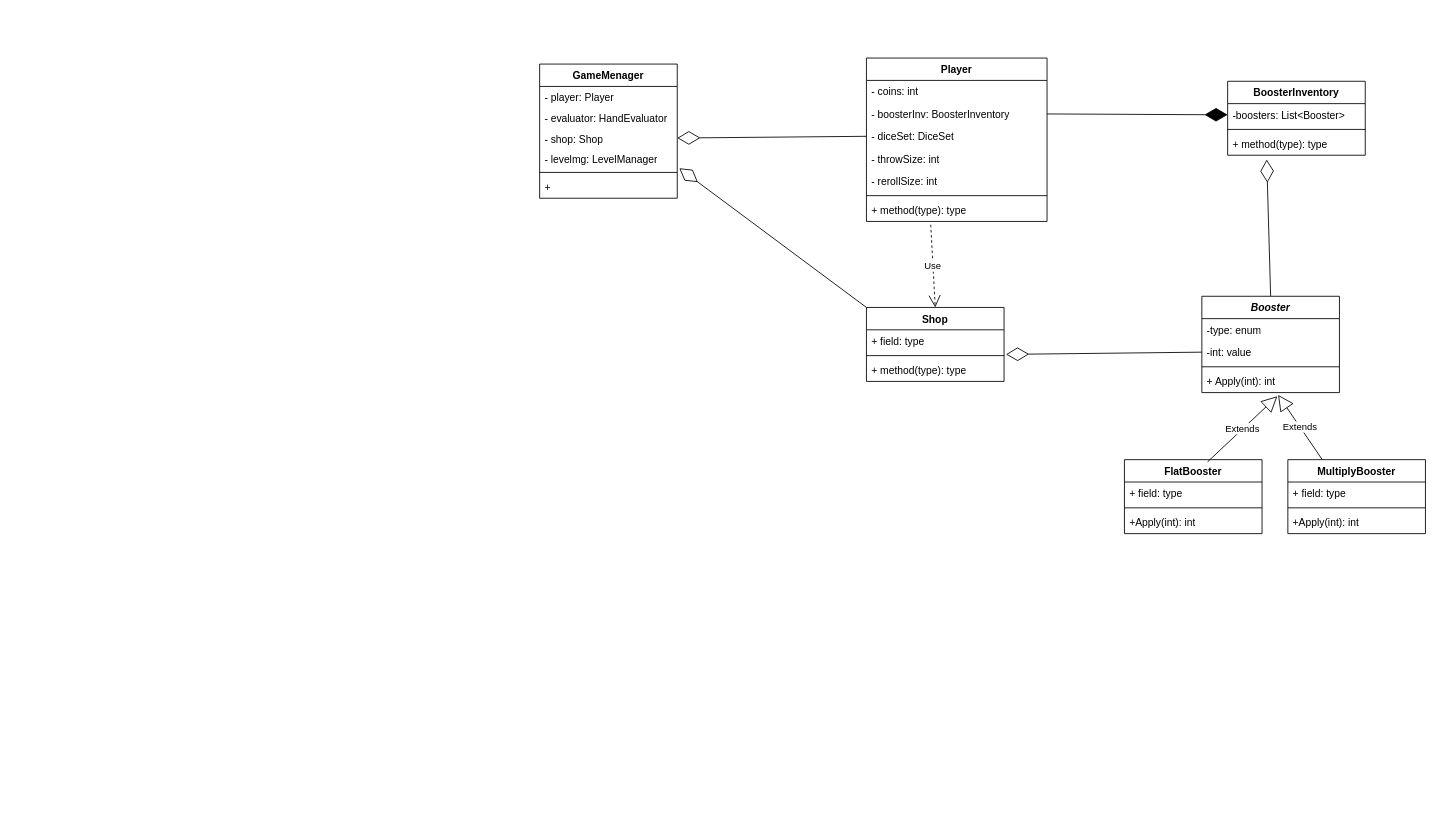
kcprlal/DiceGame keeps this draw.io diagram as DiceGame.drawio. Above is the earlier version. Source tidied: cells renumbered, new cells numbered last; positions are measured from the earlier drawing's top-left corner, leaving out a move shared by most shapes. Both pictures are drawn from the tidied source at 86%, with x=0, y=0 at pixel (539, 58).
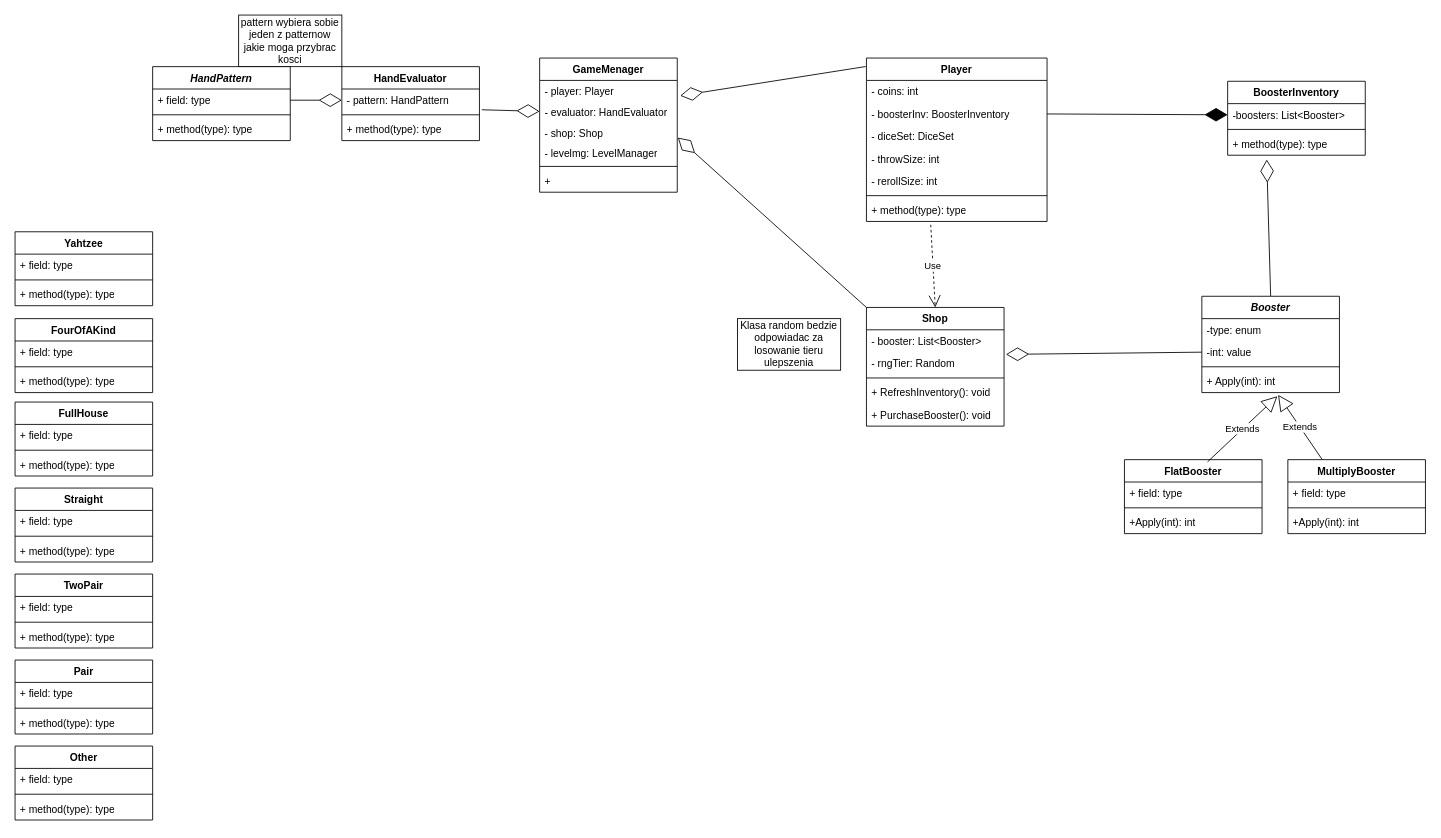
The same diagram, later.

Unchanged cells that the change refers to:
```xml
<mxCell id="3" value="- player: Player" style="text;strokeColor=none;fillColor=none;align=left;verticalAlign=top;spacingLeft=4;spacingRight=4;overflow=hidden;points=[[0,0.5],[1,0.5]];portConstraint=eastwest;whiteSpace=wrap;html=1;" parent="2" vertex="1">
  <mxGeometry y="26" width="160" height="24" as="geometry" />
</mxCell>
<mxCell id="4" value="- evaluator: HandEvaluator" style="text;strokeColor=none;fillColor=none;align=left;verticalAlign=top;spacingLeft=4;spacingRight=4;overflow=hidden;points=[[0,0.5],[1,0.5]];portConstraint=eastwest;whiteSpace=wrap;html=1;" parent="2" vertex="1">
  <mxGeometry y="50" width="160" height="24" as="geometry" />
</mxCell>
<mxCell id="5" value="- shop: Shop" style="text;strokeColor=none;fillColor=none;align=left;verticalAlign=top;spacingLeft=4;spacingRight=4;overflow=hidden;points=[[0,0.5],[1,0.5]];portConstraint=eastwest;whiteSpace=wrap;html=1;" parent="2" vertex="1">
  <mxGeometry y="74" width="160" height="24" as="geometry" />
</mxCell>
<mxCell id="6" value="- levelmg: LevelManager&lt;div&gt;&lt;br&gt;&lt;/div&gt;" style="text;strokeColor=none;fillColor=none;align=left;verticalAlign=top;spacingLeft=4;spacingRight=4;overflow=hidden;points=[[0,0.5],[1,0.5]];portConstraint=eastwest;whiteSpace=wrap;html=1;" parent="2" vertex="1">
  <mxGeometry y="98" width="160" height="24" as="geometry" />
</mxCell>
<mxCell id="9" value="Player" style="swimlane;fontStyle=1;align=center;verticalAlign=top;horizontal=1;startSize=26;whiteSpace=wrap;html=1;" parent="1" vertex="1">
  <mxGeometry x="380" width="210" height="190" as="geometry" />
</mxCell>
<mxCell id="12" value="- diceSet: DiceSet" style="text;strokeColor=none;fillColor=none;align=left;verticalAlign=top;spacingLeft=4;spacingRight=4;overflow=hidden;points=[[0,0.5],[1,0.5]];portConstraint=eastwest;whiteSpace=wrap;html=1;" parent="9" vertex="1">
  <mxGeometry y="78" width="210" height="26" as="geometry" />
</mxCell>
```

What changed in the source:
```diff
@@
     <mxCell id="2" value="GameMenager" style="swimlane;fontStyle=1;align=center;verticalAlign=top;horizontal=1;startSize=26;whiteSpace=wrap;html=1;" parent="1" vertex="1">
-      <mxGeometry y="7" width="160" height="156" as="geometry" />
+      <mxGeometry width="160" height="156" as="geometry" />
     </mxCell>
@@
-    <mxCell id="17" style="endArrow=diamondThin;endFill=0;endSize=24;html=1;rounded=0;exitX=0;exitY=0.5;exitDx=0;exitDy=0;entryX=1;entryY=0.5;entryDx=0;entryDy=0;" parent="1" edge="1" source="12" target="5">
+    <mxCell id="17" style="endArrow=diamondThin;endFill=0;endSize=24;html=1;rounded=0;exitX=-0.004;exitY=0.052;exitDx=0;exitDy=0;entryX=1.021;entryY=0.743;entryDx=0;entryDy=0;entryPerimeter=0;exitPerimeter=0;" parent="1" edge="1" source="9" target="3">
       <mxGeometry relative="1" as="geometry" />
     </mxCell>
@@
     <mxCell id="39" value="Shop" style="swimlane;fontStyle=1;align=center;verticalAlign=top;horizontal=1;startSize=26;whiteSpace=wrap;html=1;" parent="1" vertex="1">
-      <mxGeometry x="380" y="290" width="160" height="86" as="geometry" />
+      <mxGeometry x="380" y="290" width="160" height="138" as="geometry" />
     </mxCell>
-    <mxCell id="40" value="+ field: type" style="text;strokeColor=none;fillColor=none;align=left;verticalAlign=top;spacingLeft=4;spacingRight=4;overflow=hidden;points=[[0,0.5],[1,0.5]];portConstraint=eastwest;whiteSpace=wrap;html=1;" parent="39" vertex="1">
+    <mxCell id="40" value="- booster: List&amp;lt;Booster&amp;gt;" style="text;strokeColor=none;fillColor=none;align=left;verticalAlign=top;spacingLeft=4;spacingRight=4;overflow=hidden;points=[[0,0.5],[1,0.5]];portConstraint=eastwest;whiteSpace=wrap;html=1;" parent="39" vertex="1">
       <mxGeometry y="26" width="160" height="26" as="geometry" />
     </mxCell>
+    <mxCell id="46" value="- rngTier: Random" style="text;strokeColor=none;fillColor=none;align=left;verticalAlign=top;spacingLeft=4;spacingRight=4;overflow=hidden;whiteSpace=wrap;html=1;" parent="39" vertex="1">
+      <mxGeometry y="52" width="160" height="26" as="geometry" />
+    </mxCell>
     <mxCell id="41" style="line;strokeWidth=1;fillColor=none;align=left;verticalAlign=middle;spacingTop=-1;spacingLeft=3;spacingRight=3;labelPosition=right;strokeColor=inherit;" parent="39" vertex="1">
-      <mxGeometry y="52" width="160" height="8" as="geometry" />
+      <mxGeometry y="78" width="160" height="8" as="geometry" />
     </mxCell>
-    <mxCell id="42" value="+ method(type): type" style="text;strokeColor=none;fillColor=none;align=left;verticalAlign=top;spacingLeft=4;spacingRight=4;overflow=hidden;whiteSpace=wrap;html=1;" parent="39" vertex="1">
-      <mxGeometry y="60" width="160" height="26" as="geometry" />
+    <mxCell id="42" value="+ RefreshInventory(): void" style="text;strokeColor=none;fillColor=none;align=left;verticalAlign=top;spacingLeft=4;spacingRight=4;overflow=hidden;whiteSpace=wrap;html=1;" parent="39" vertex="1">
+      <mxGeometry y="86" width="160" height="26" as="geometry" />
     </mxCell>
+    <mxCell id="47" value="+ PurchaseBooster(): void" style="text;strokeColor=none;fillColor=none;align=left;verticalAlign=top;spacingLeft=4;spacingRight=4;overflow=hidden;whiteSpace=wrap;html=1;" parent="39" vertex="1">
+      <mxGeometry y="112" width="160" height="26" as="geometry" />
+    </mxCell>
-    <mxCell id="43" style="endArrow=diamondThin;endFill=0;endSize=24;html=1;rounded=0;exitX=0;exitY=0;exitDx=0;exitDy=0;entryX=1.015;entryY=0.965;entryDx=0;entryDy=0;entryPerimeter=0;" parent="1" edge="1" source="39" target="6">
+    <mxCell id="43" style="endArrow=diamondThin;endFill=0;endSize=24;html=1;rounded=0;exitX=0;exitY=0;exitDx=0;exitDy=0;entryX=1.004;entryY=0.771;entryDx=0;entryDy=0;entryPerimeter=0;" parent="1" edge="1" source="39" target="5">
       <mxGeometry relative="1" as="geometry" />
     </mxCell>
@@
+    <mxCell id="48" value="Klasa random bedzie odpowiadac za losowanie tieru ulepszenia" style="whiteSpace=wrap;html=1;" parent="1" vertex="1">
+      <mxGeometry x="230" y="303" width="120" height="60" as="geometry" />
+    </mxCell>
+    <mxCell id="49" value="HandEvaluator" style="swimlane;fontStyle=1;align=center;verticalAlign=top;horizontal=1;startSize=26;whiteSpace=wrap;html=1;" parent="1" vertex="1">
+      <mxGeometry x="-230" y="10" width="160" height="86" as="geometry" />
+    </mxCell>
+    <mxCell id="50" value="- pattern: HandPattern" style="text;strokeColor=none;fillColor=none;align=left;verticalAlign=top;spacingLeft=4;spacingRight=4;overflow=hidden;points=[[0,0.5],[1,0.5]];portConstraint=eastwest;whiteSpace=wrap;html=1;" parent="49" vertex="1">
+      <mxGeometry y="26" width="160" height="26" as="geometry" />
+    </mxCell>
+    <mxCell id="51" style="line;strokeWidth=1;fillColor=none;align=left;verticalAlign=middle;spacingTop=-1;spacingLeft=3;spacingRight=3;labelPosition=right;strokeColor=inherit;" parent="49" vertex="1">
+      <mxGeometry y="52" width="160" height="8" as="geometry" />
+    </mxCell>
+    <mxCell id="52" value="+ method(type): type" style="text;strokeColor=none;fillColor=none;align=left;verticalAlign=top;spacingLeft=4;spacingRight=4;overflow=hidden;whiteSpace=wrap;html=1;" parent="49" vertex="1">
+      <mxGeometry y="60" width="160" height="26" as="geometry" />
+    </mxCell>
+    <mxCell id="53" style="endArrow=diamondThin;endFill=0;endSize=24;html=1;rounded=0;exitX=1.017;exitY=0.929;exitDx=0;exitDy=0;exitPerimeter=0;entryX=0;entryY=0.5;entryDx=0;entryDy=0;" parent="1" edge="1" source="50" target="4">
+      <mxGeometry relative="1" as="geometry" />
+    </mxCell>
+    <mxCell id="54" value="pattern wybiera sobie jeden z patternow jakie moga przybrac kosci" style="whiteSpace=wrap;html=1;" parent="1" vertex="1">
+      <mxGeometry x="-350" y="-50" width="120" height="60" as="geometry" />
+    </mxCell>
+    <mxCell id="55" value="&lt;i&gt;HandPattern&lt;/i&gt;" style="swimlane;fontStyle=1;align=center;verticalAlign=top;horizontal=1;startSize=26;whiteSpace=wrap;html=1;" parent="1" vertex="1">
+      <mxGeometry x="-450" y="10" width="160" height="86" as="geometry" />
+    </mxCell>
+    <mxCell id="56" value="+ field: type" style="text;strokeColor=none;fillColor=none;align=left;verticalAlign=top;spacingLeft=4;spacingRight=4;overflow=hidden;points=[[0,0.5],[1,0.5]];portConstraint=eastwest;whiteSpace=wrap;html=1;" parent="55" vertex="1">
+      <mxGeometry y="26" width="160" height="26" as="geometry" />
+    </mxCell>
+    <mxCell id="57" style="line;strokeWidth=1;fillColor=none;align=left;verticalAlign=middle;spacingTop=-1;spacingLeft=3;spacingRight=3;labelPosition=right;strokeColor=inherit;" parent="55" vertex="1">
+      <mxGeometry y="52" width="160" height="8" as="geometry" />
+    </mxCell>
+    <mxCell id="58" value="+ method(type): type" style="text;strokeColor=none;fillColor=none;align=left;verticalAlign=top;spacingLeft=4;spacingRight=4;overflow=hidden;whiteSpace=wrap;html=1;" parent="55" vertex="1">
+      <mxGeometry y="60" width="160" height="26" as="geometry" />
+    </mxCell>
+    <mxCell id="59" style="endArrow=diamondThin;endFill=0;endSize=24;html=1;rounded=0;exitX=1;exitY=0.5;exitDx=0;exitDy=0;entryX=0;entryY=0.5;entryDx=0;entryDy=0;" parent="1" edge="1" source="56" target="50">
+      <mxGeometry relative="1" as="geometry" />
+    </mxCell>
+    <mxCell id="60" value="Yahtzee" style="swimlane;fontStyle=1;align=center;verticalAlign=top;horizontal=1;startSize=26;whiteSpace=wrap;html=1;" parent="1" vertex="1">
+      <mxGeometry x="-610" y="202" width="160" height="86" as="geometry" />
+    </mxCell>
+    <mxCell id="61" value="+ field: type" style="text;strokeColor=none;fillColor=none;align=left;verticalAlign=top;spacingLeft=4;spacingRight=4;overflow=hidden;whiteSpace=wrap;html=1;" parent="60" vertex="1">
+      <mxGeometry y="26" width="160" height="26" as="geometry" />
+    </mxCell>
+    <mxCell id="62" style="line;strokeWidth=1;fillColor=none;align=left;verticalAlign=middle;spacingTop=-1;spacingLeft=3;spacingRight=3;labelPosition=right;strokeColor=inherit;" parent="60" vertex="1">
+      <mxGeometry y="52" width="160" height="8" as="geometry" />
+    </mxCell>
+    <mxCell id="63" value="+ method(type): type" style="text;strokeColor=none;fillColor=none;align=left;verticalAlign=top;spacingLeft=4;spacingRight=4;overflow=hidden;whiteSpace=wrap;html=1;" parent="60" vertex="1">
+      <mxGeometry y="60" width="160" height="26" as="geometry" />
+    </mxCell>
+    <mxCell id="64" value="FourOfAKind" style="swimlane;fontStyle=1;align=center;verticalAlign=top;horizontal=1;startSize=26;whiteSpace=wrap;html=1;" parent="1" vertex="1">
+      <mxGeometry x="-610" y="303" width="160" height="86" as="geometry" />
+    </mxCell>
+    <mxCell id="65" value="+ field: type" style="text;strokeColor=none;fillColor=none;align=left;verticalAlign=top;spacingLeft=4;spacingRight=4;overflow=hidden;whiteSpace=wrap;html=1;" parent="64" vertex="1">
+      <mxGeometry y="26" width="160" height="26" as="geometry" />
+    </mxCell>
+    <mxCell id="66" style="line;strokeWidth=1;fillColor=none;align=left;verticalAlign=middle;spacingTop=-1;spacingLeft=3;spacingRight=3;labelPosition=right;strokeColor=inherit;" parent="64" vertex="1">
+      <mxGeometry y="52" width="160" height="8" as="geometry" />
+    </mxCell>
+    <mxCell id="67" value="+ method(type): type" style="text;strokeColor=none;fillColor=none;align=left;verticalAlign=top;spacingLeft=4;spacingRight=4;overflow=hidden;whiteSpace=wrap;html=1;" parent="64" vertex="1">
+      <mxGeometry y="60" width="160" height="26" as="geometry" />
+    </mxCell>
+    <mxCell id="68" value="FullHouse" style="swimlane;fontStyle=1;align=center;verticalAlign=top;horizontal=1;startSize=26;whiteSpace=wrap;html=1;" parent="1" vertex="1">
+      <mxGeometry x="-610" y="400" width="160" height="86" as="geometry" />
+    </mxCell>
+    <mxCell id="69" value="+ field: type" style="text;strokeColor=none;fillColor=none;align=left;verticalAlign=top;spacingLeft=4;spacingRight=4;overflow=hidden;whiteSpace=wrap;html=1;" parent="68" vertex="1">
+      <mxGeometry y="26" width="160" height="26" as="geometry" />
+    </mxCell>
+    <mxCell id="70" style="line;strokeWidth=1;fillColor=none;align=left;verticalAlign=middle;spacingTop=-1;spacingLeft=3;spacingRight=3;labelPosition=right;strokeColor=inherit;" parent="68" vertex="1">
+      <mxGeometry y="52" width="160" height="8" as="geometry" />
+    </mxCell>
+    <mxCell id="71" value="+ method(type): type" style="text;strokeColor=none;fillColor=none;align=left;verticalAlign=top;spacingLeft=4;spacingRight=4;overflow=hidden;whiteSpace=wrap;html=1;" parent="68" vertex="1">
+      <mxGeometry y="60" width="160" height="26" as="geometry" />
+    </mxCell>
+    <mxCell id="72" value="Straight" style="swimlane;fontStyle=1;align=center;verticalAlign=top;horizontal=1;startSize=26;whiteSpace=wrap;html=1;" parent="1" vertex="1">
+      <mxGeometry x="-610" y="500" width="160" height="86" as="geometry" />
+    </mxCell>
+    <mxCell id="73" value="+ field: type" style="text;strokeColor=none;fillColor=none;align=left;verticalAlign=top;spacingLeft=4;spacingRight=4;overflow=hidden;whiteSpace=wrap;html=1;" parent="72" vertex="1">
+      <mxGeometry y="26" width="160" height="26" as="geometry" />
+    </mxCell>
+    <mxCell id="74" style="line;strokeWidth=1;fillColor=none;align=left;verticalAlign=middle;spacingTop=-1;spacingLeft=3;spacingRight=3;labelPosition=right;strokeColor=inherit;" parent="72" vertex="1">
+      <mxGeometry y="52" width="160" height="8" as="geometry" />
+    </mxCell>
+    <mxCell id="75" value="+ method(type): type" style="text;strokeColor=none;fillColor=none;align=left;verticalAlign=top;spacingLeft=4;spacingRight=4;overflow=hidden;whiteSpace=wrap;html=1;" parent="72" vertex="1">
+      <mxGeometry y="60" width="160" height="26" as="geometry" />
+    </mxCell>
+    <mxCell id="76" value="TwoPair" style="swimlane;fontStyle=1;align=center;verticalAlign=top;horizontal=1;startSize=26;whiteSpace=wrap;html=1;" parent="1" vertex="1">
+      <mxGeometry x="-610" y="600" width="160" height="86" as="geometry" />
+    </mxCell>
+    <mxCell id="77" value="+ field: type" style="text;strokeColor=none;fillColor=none;align=left;verticalAlign=top;spacingLeft=4;spacingRight=4;overflow=hidden;whiteSpace=wrap;html=1;" parent="76" vertex="1">
+      <mxGeometry y="26" width="160" height="26" as="geometry" />
+    </mxCell>
+    <mxCell id="78" style="line;strokeWidth=1;fillColor=none;align=left;verticalAlign=middle;spacingTop=-1;spacingLeft=3;spacingRight=3;labelPosition=right;strokeColor=inherit;" parent="76" vertex="1">
+      <mxGeometry y="52" width="160" height="8" as="geometry" />
+    </mxCell>
+    <mxCell id="79" value="+ method(type): type" style="text;strokeColor=none;fillColor=none;align=left;verticalAlign=top;spacingLeft=4;spacingRight=4;overflow=hidden;whiteSpace=wrap;html=1;" parent="76" vertex="1">
+      <mxGeometry y="60" width="160" height="26" as="geometry" />
+    </mxCell>
+    <mxCell id="80" value="Pair" style="swimlane;fontStyle=1;align=center;verticalAlign=top;horizontal=1;startSize=26;whiteSpace=wrap;html=1;" parent="1" vertex="1">
+      <mxGeometry x="-610" y="700" width="160" height="86" as="geometry" />
+    </mxCell>
+    <mxCell id="81" value="+ field: type" style="text;strokeColor=none;fillColor=none;align=left;verticalAlign=top;spacingLeft=4;spacingRight=4;overflow=hidden;whiteSpace=wrap;html=1;" parent="80" vertex="1">
+      <mxGeometry y="26" width="160" height="26" as="geometry" />
+    </mxCell>
+    <mxCell id="82" style="line;strokeWidth=1;fillColor=none;align=left;verticalAlign=middle;spacingTop=-1;spacingLeft=3;spacingRight=3;labelPosition=right;strokeColor=inherit;" parent="80" vertex="1">
+      <mxGeometry y="52" width="160" height="8" as="geometry" />
+    </mxCell>
+    <mxCell id="83" value="+ method(type): type" style="text;strokeColor=none;fillColor=none;align=left;verticalAlign=top;spacingLeft=4;spacingRight=4;overflow=hidden;whiteSpace=wrap;html=1;" parent="80" vertex="1">
+      <mxGeometry y="60" width="160" height="26" as="geometry" />
+    </mxCell>
+    <mxCell id="84" value="Other" style="swimlane;fontStyle=1;align=center;verticalAlign=top;horizontal=1;startSize=26;whiteSpace=wrap;html=1;" parent="1" vertex="1">
+      <mxGeometry x="-610" y="800" width="160" height="86" as="geometry" />
+    </mxCell>
+    <mxCell id="85" value="+ field: type" style="text;strokeColor=none;fillColor=none;align=left;verticalAlign=top;spacingLeft=4;spacingRight=4;overflow=hidden;whiteSpace=wrap;html=1;" parent="84" vertex="1">
+      <mxGeometry y="26" width="160" height="26" as="geometry" />
+    </mxCell>
+    <mxCell id="86" style="line;strokeWidth=1;fillColor=none;align=left;verticalAlign=middle;spacingTop=-1;spacingLeft=3;spacingRight=3;labelPosition=right;strokeColor=inherit;" parent="84" vertex="1">
+      <mxGeometry y="52" width="160" height="8" as="geometry" />
+    </mxCell>
+    <mxCell id="87" value="+ method(type): type" style="text;strokeColor=none;fillColor=none;align=left;verticalAlign=top;spacingLeft=4;spacingRight=4;overflow=hidden;whiteSpace=wrap;html=1;" parent="84" vertex="1">
+      <mxGeometry y="60" width="160" height="26" as="geometry" />
+    </mxCell>
```
